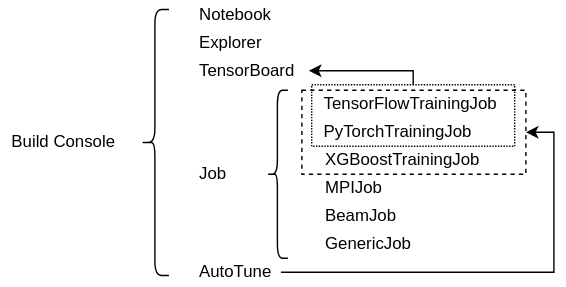
t9k/user-manuals keeps this draw.io diagram as src/assets/modules/building/function.drawio.svg. Above is the earlier version. Source tidied: cells renumbered, new cells last; positions are measured from the earlier drawing's top-left corner, leaving out a move shared by most shapes. Its diagram source:
```xml
<mxGraphModel>
  <root>
    <mxCell id="0" />
    <mxCell id="1" parent="0" />
    <mxCell id="2" value="Build Console" style="text;html=1;strokeColor=none;fillColor=none;align=center;verticalAlign=middle;whiteSpace=wrap;rounded=0;" parent="1" vertex="1">
      <mxGeometry y="91.2" width="90" height="20" as="geometry" />
    </mxCell>
    <mxCell id="3" style="shape=curlyBracket;whiteSpace=wrap;html=1;rounded=1;" parent="1" vertex="1">
      <mxGeometry x="100" y="6.2" width="20" height="190" as="geometry" />
    </mxCell>
    <mxCell id="4" value="Notebook" style="text;html=1;strokeColor=none;fillColor=none;align=left;verticalAlign=middle;whiteSpace=wrap;rounded=0;" parent="1" vertex="1">
      <mxGeometry x="140" width="60" height="20" as="geometry" />
    </mxCell>
    <mxCell id="5" value="Explorer" style="text;html=1;strokeColor=none;fillColor=none;align=left;verticalAlign=middle;whiteSpace=wrap;rounded=0;" parent="1" vertex="1">
      <mxGeometry x="140" y="20" width="60" height="20" as="geometry" />
    </mxCell>
    <mxCell id="6" value="TensorBoard" style="text;html=1;strokeColor=none;fillColor=none;align=left;verticalAlign=middle;whiteSpace=wrap;rounded=0;" parent="1" vertex="1">
      <mxGeometry x="140" y="40" width="80" height="20" as="geometry" />
    </mxCell>
    <mxCell id="7" value="Job" style="text;html=1;strokeColor=none;fillColor=none;align=left;verticalAlign=middle;whiteSpace=wrap;rounded=0;" parent="1" vertex="1">
      <mxGeometry x="140" y="114" width="40" height="20" as="geometry" />
    </mxCell>
    <mxCell id="8" style="shape=curlyBracket;whiteSpace=wrap;html=1;rounded=1;align=left;" parent="1" vertex="1">
      <mxGeometry x="190" y="64" width="15" height="120" as="geometry" />
    </mxCell>
    <mxCell id="9" value="TensorFlowTrainingJob" style="text;html=1;strokeColor=none;fillColor=none;align=left;verticalAlign=middle;whiteSpace=wrap;rounded=0;" parent="1" vertex="1">
      <mxGeometry x="229" y="64" width="131" height="20" as="geometry" />
    </mxCell>
    <mxCell id="10" value="PyTorchTrainingJob" style="text;html=1;strokeColor=none;fillColor=none;align=left;verticalAlign=middle;whiteSpace=wrap;rounded=0;" parent="1" vertex="1">
      <mxGeometry x="229" y="84" width="131" height="20" as="geometry" />
    </mxCell>
    <mxCell id="11" value="XGBoostTrainingJob" style="text;html=1;strokeColor=none;fillColor=none;align=left;verticalAlign=middle;whiteSpace=wrap;rounded=0;" parent="1" vertex="1">
      <mxGeometry x="230" y="104" width="131" height="20" as="geometry" />
    </mxCell>
    <mxCell id="12" value="MPIJob" style="text;html=1;strokeColor=none;fillColor=none;align=left;verticalAlign=middle;whiteSpace=wrap;rounded=0;" parent="1" vertex="1">
      <mxGeometry x="230" y="124" width="131" height="20" as="geometry" />
    </mxCell>
    <mxCell id="13" value="BeamJob" style="text;html=1;strokeColor=none;fillColor=none;align=left;verticalAlign=middle;whiteSpace=wrap;rounded=0;" parent="1" vertex="1">
      <mxGeometry x="230" y="144" width="131" height="20" as="geometry" />
    </mxCell>
    <mxCell id="14" value="GenericJob" style="text;html=1;strokeColor=none;fillColor=none;align=left;verticalAlign=middle;whiteSpace=wrap;rounded=0;" parent="1" vertex="1">
      <mxGeometry x="230" y="164" width="131" height="20" as="geometry" />
    </mxCell>
    <mxCell id="15" style="edgeStyle=orthogonalEdgeStyle;rounded=0;jettySize=auto;html=1;exitX=1;exitY=0.5;exitDx=0;exitDy=0;entryX=1;entryY=0.5;entryDx=0;entryDy=0;" parent="1" edge="1" source="16" target="17">
      <mxGeometry relative="1" as="geometry" />
    </mxCell>
    <mxCell id="16" value="AutoTune" style="text;html=1;strokeColor=none;fillColor=none;align=left;verticalAlign=middle;whiteSpace=wrap;rounded=0;" parent="1" vertex="1">
      <mxGeometry x="140" y="184" width="60" height="20" as="geometry" />
    </mxCell>
    <mxCell id="17" style="rounded=0;whiteSpace=wrap;html=1;align=left;fillColor=none;dashed=1;" parent="1" vertex="1">
      <mxGeometry x="215" y="64" width="160" height="60" as="geometry" />
    </mxCell>
    <mxCell id="18" style="edgeStyle=orthogonalEdgeStyle;rounded=0;jettySize=auto;html=1;exitX=0.5;exitY=0;exitDx=0;exitDy=0;entryX=1;entryY=0.5;entryDx=0;entryDy=0;" parent="1" edge="1" source="19" target="6">
      <mxGeometry relative="1" as="geometry">
        <Array as="points">
          <mxPoint x="295" y="50" />
        </Array>
      </mxGeometry>
    </mxCell>
    <mxCell id="19" style="rounded=0;whiteSpace=wrap;html=1;dashed=1;fillColor=none;align=left;dashPattern=1 1;" parent="1" vertex="1">
      <mxGeometry x="222" y="60" width="145" height="44" as="geometry" />
    </mxCell>
  </root>
</mxGraphModel>
```
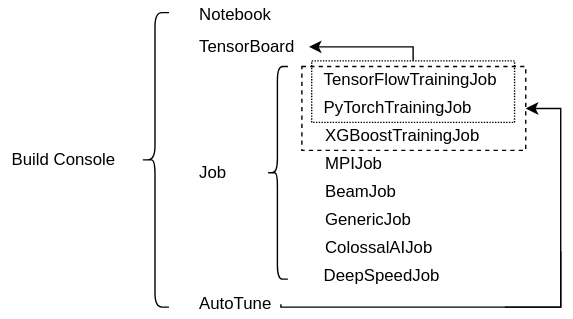
After the change.

What changed in the source:
```diff
@@ -3,25 +3,22 @@
     <mxCell id="0" />
     <mxCell id="1" parent="0" />
     <mxCell id="2" value="Build Console" style="text;html=1;strokeColor=none;fillColor=none;align=center;verticalAlign=middle;whiteSpace=wrap;rounded=0;" parent="1" vertex="1">
-      <mxGeometry y="91.2" width="90" height="20" as="geometry" />
+      <mxGeometry y="120.8" width="90" height="20" as="geometry" />
     </mxCell>
     <mxCell id="3" style="shape=curlyBracket;whiteSpace=wrap;html=1;rounded=1;" parent="1" vertex="1">
-      <mxGeometry x="100" y="6.2" width="20" height="190" as="geometry" />
+      <mxGeometry x="100" y="25.5" width="20" height="210.5" as="geometry" />
     </mxCell>
     <mxCell id="4" value="Notebook" style="text;html=1;strokeColor=none;fillColor=none;align=left;verticalAlign=middle;whiteSpace=wrap;rounded=0;" parent="1" vertex="1">
-      <mxGeometry x="140" width="60" height="20" as="geometry" />
+      <mxGeometry x="140" y="17" width="60" height="20" as="geometry" />
     </mxCell>
-    <mxCell id="5" value="Explorer" style="text;html=1;strokeColor=none;fillColor=none;align=left;verticalAlign=middle;whiteSpace=wrap;rounded=0;" parent="1" vertex="1">
-      <mxGeometry x="140" y="20" width="60" height="20" as="geometry" />
-    </mxCell>
     <mxCell id="6" value="TensorBoard" style="text;html=1;strokeColor=none;fillColor=none;align=left;verticalAlign=middle;whiteSpace=wrap;rounded=0;" parent="1" vertex="1">
       <mxGeometry x="140" y="40" width="80" height="20" as="geometry" />
     </mxCell>
     <mxCell id="7" value="Job" style="text;html=1;strokeColor=none;fillColor=none;align=left;verticalAlign=middle;whiteSpace=wrap;rounded=0;" parent="1" vertex="1">
-      <mxGeometry x="140" y="114" width="40" height="20" as="geometry" />
+      <mxGeometry x="140" y="130" width="40" height="20" as="geometry" />
     </mxCell>
     <mxCell id="8" style="shape=curlyBracket;whiteSpace=wrap;html=1;rounded=1;align=left;" parent="1" vertex="1">
-      <mxGeometry x="190" y="64" width="15" height="120" as="geometry" />
+      <mxGeometry x="190" y="64" width="15" height="152" as="geometry" />
     </mxCell>
     <mxCell id="9" value="TensorFlowTrainingJob" style="text;html=1;strokeColor=none;fillColor=none;align=left;verticalAlign=middle;whiteSpace=wrap;rounded=0;" parent="1" vertex="1">
       <mxGeometry x="229" y="64" width="131" height="20" as="geometry" />
@@ -41,11 +38,17 @@
     <mxCell id="14" value="GenericJob" style="text;html=1;strokeColor=none;fillColor=none;align=left;verticalAlign=middle;whiteSpace=wrap;rounded=0;" parent="1" vertex="1">
       <mxGeometry x="230" y="164" width="131" height="20" as="geometry" />
     </mxCell>
-    <mxCell id="15" style="edgeStyle=orthogonalEdgeStyle;rounded=0;jettySize=auto;html=1;exitX=1;exitY=0.5;exitDx=0;exitDy=0;entryX=1;entryY=0.5;entryDx=0;entryDy=0;" parent="1" edge="1" source="16" target="17">
-      <mxGeometry relative="1" as="geometry" />
+    <mxCell id="15" style="edgeStyle=orthogonalEdgeStyle;rounded=0;jettySize=auto;html=1;entryX=1;entryY=0.5;entryDx=0;entryDy=0;startArrow=none;" parent="1" edge="1" target="17">
+      <mxGeometry relative="1" as="geometry">
+        <mxPoint x="360" y="236" as="sourcePoint" />
+        <Array as="points">
+          <mxPoint x="400" y="236" />
+          <mxPoint x="400" y="94" />
+        </Array>
+      </mxGeometry>
     </mxCell>
     <mxCell id="16" value="AutoTune" style="text;html=1;strokeColor=none;fillColor=none;align=left;verticalAlign=middle;whiteSpace=wrap;rounded=0;" parent="1" vertex="1">
-      <mxGeometry x="140" y="184" width="60" height="20" as="geometry" />
+      <mxGeometry x="140" y="224" width="60" height="20" as="geometry" />
     </mxCell>
     <mxCell id="17" style="rounded=0;whiteSpace=wrap;html=1;align=left;fillColor=none;dashed=1;" parent="1" vertex="1">
       <mxGeometry x="215" y="64" width="160" height="60" as="geometry" />
@@ -60,5 +63,19 @@
     <mxCell id="19" style="rounded=0;whiteSpace=wrap;html=1;dashed=1;fillColor=none;align=left;dashPattern=1 1;" parent="1" vertex="1">
       <mxGeometry x="222" y="60" width="145" height="44" as="geometry" />
     </mxCell>
+    <mxCell id="20" style="edgeStyle=orthogonalEdgeStyle;rounded=0;jettySize=auto;html=1;exitX=1;exitY=0.5;exitDx=0;exitDy=0;endArrow=none;" parent="1" edge="1" source="16">
+      <mxGeometry relative="1" as="geometry">
+        <mxPoint x="400" y="196" as="targetPoint" />
+        <Array as="points">
+          <mxPoint x="400" y="236" />
+        </Array>
+      </mxGeometry>
+    </mxCell>
+    <mxCell id="21" value="ColossalAIJob" style="text;html=1;strokeColor=none;fillColor=none;align=left;verticalAlign=middle;whiteSpace=wrap;rounded=0;" parent="1" vertex="1">
+      <mxGeometry x="230" y="184" width="131" height="20" as="geometry" />
+    </mxCell>
+    <mxCell id="22" value="DeepSpeedJob" style="text;html=1;strokeColor=none;fillColor=none;align=left;verticalAlign=middle;whiteSpace=wrap;rounded=0;" parent="1" vertex="1">
+      <mxGeometry x="229" y="204" width="131" height="20" as="geometry" />
+    </mxCell>
   </root>
 </mxGraphModel>
```
